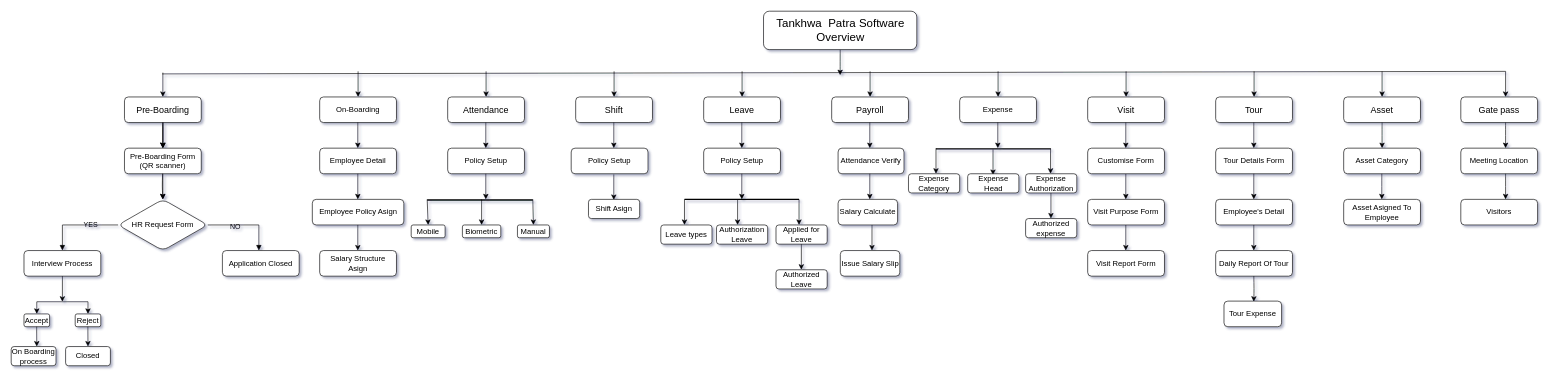
pra17shant/Installation keeps this draw.io diagram as Untitled Diagram.drawio. Above is the earlier version. Source tidied: cells renumbered, new cells numbered last; positions are measured from the earlier drawing's top-left corner, leaving out a move shared by most shapes. Both pictures are drawn from the tidied source at 64%, with x=0, y=0 at pixel (11, 11).
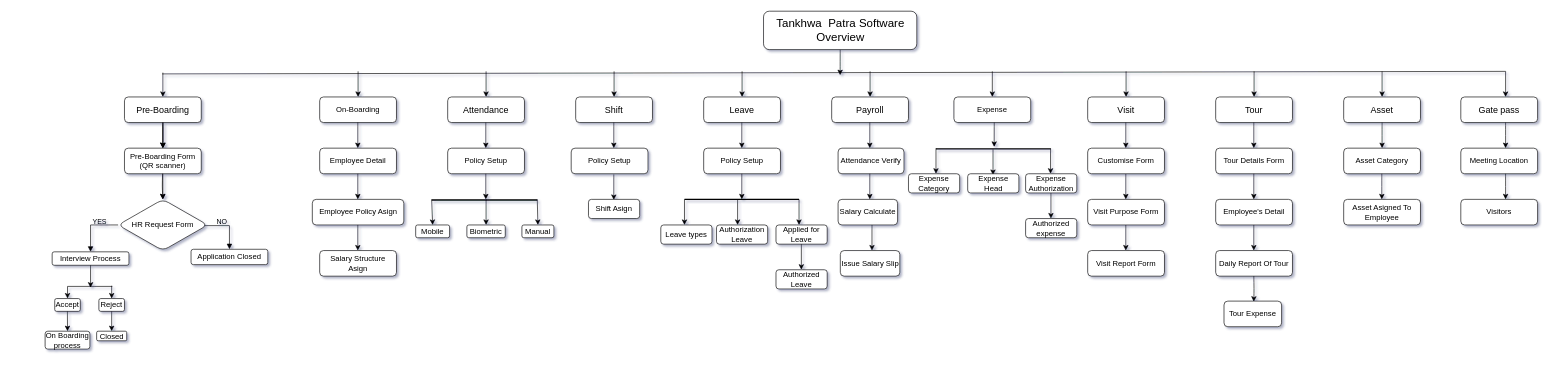
Above is the later version.

The change refers to these unchanged cells:
```xml
<mxCell id="13" value="&lt;font style=&quot;font-size: 14px;&quot;&gt;Pre-Boarding&lt;/font&gt;" style="rounded=1;whiteSpace=wrap;html=1;labelBackgroundColor=none;" parent="1" vertex="1">
  <mxGeometry x="177" y="134" width="120" height="40" as="geometry" />
</mxCell>
<mxCell id="101" style="line;strokeWidth=2;html=1;rounded=1;labelBackgroundColor=none;" parent="1" vertex="1">
  <mxGeometry x="1445" y="210" width="179" height="10" as="geometry" />
</mxCell>
```

What changed in the source:
```diff
@@
-    <mxCell id="10" style="endArrow=classic;html=1;rounded=1;labelBackgroundColor=none;fontColor=default;" parent="1" edge="1">
+    <mxCell id="10" style="endArrow=classic;html=1;rounded=1;labelBackgroundColor=none;fontColor=default;" parent="1" edge="1" target="17">
       <mxGeometry relative="1" as="geometry">
-        <mxPoint x="1542" y="94" as="sourcePoint" />
-        <mxPoint x="1542" y="134" as="targetPoint" />
+        <mxPoint x="1533" y="94" as="sourcePoint" />
       </mxGeometry>
     </mxCell>
@@
     <mxCell id="17" value="Expense" style="rounded=1;whiteSpace=wrap;html=1;labelBackgroundColor=none;" parent="1" vertex="1">
-      <mxGeometry x="1482" y="134" width="120" height="40" as="geometry" />
+      <mxGeometry x="1473" y="134" width="120" height="40" as="geometry" />
     </mxCell>
@@
-    <mxCell id="23" style="html=1;align=left;spacingLeft=2;endArrow=block;rounded=1;edgeStyle=orthogonalEdgeStyle;curved=0;rounded=0;labelBackgroundColor=none;fontColor=default;" parent="1" edge="1" source="36">
-      <mxGeometry x="-0.06" relative="1" as="geometry">
-        <mxPoint x="387" y="374" as="targetPoint" />
+    <mxCell id="23" style="html=1;align=left;spacingLeft=2;endArrow=block;rounded=1;edgeStyle=orthogonalEdgeStyle;curved=0;rounded=0;labelBackgroundColor=none;fontColor=default;entryX=0.5;entryY=0;entryDx=0;entryDy=0;exitX=0.96;exitY=0.513;exitDx=0;exitDy=0;exitPerimeter=0;" parent="1" edge="1" source="36" target="26">
+      <mxGeometry relative="1" as="geometry">
         <Array as="points">
-          <mxPoint x="387" y="334" />
+          <mxPoint x="341" y="335" />
         </Array>
       </mxGeometry>
     </mxCell>
     <mxCell id="24" value="NO&lt;br&gt;" style="edgeLabel;html=1;align=center;verticalAlign=middle;rounded=1;labelBackgroundColor=none;" parent="23" vertex="1">
-      <mxGeometry x="-0.3" y="-2" relative="1" as="geometry" />
+      <mxGeometry x="-0.3" y="-2" relative="1" as="geometry">
+        <mxPoint y="-9" as="offset" />
+      </mxGeometry>
     </mxCell>
     <mxCell id="25" value="Interview Process" style="rounded=1;whiteSpace=wrap;html=1;labelBackgroundColor=none;" parent="1" vertex="1">
-      <mxGeometry x="20" y="374" width="120" height="40" as="geometry" />
+      <mxGeometry x="64" y="376" width="120" height="21" as="geometry" />
     </mxCell>
     <mxCell id="26" value="Application Closed" style="rounded=1;whiteSpace=wrap;html=1;labelBackgroundColor=none;" parent="1" vertex="1">
-      <mxGeometry x="330" y="374" width="120" height="40" as="geometry" />
+      <mxGeometry x="281" y="372" width="120" height="24" as="geometry" />
     </mxCell>
     <mxCell id="27" style="endArrow=none;html=1;rounded=1;labelBackgroundColor=none;fontColor=default;" parent="1" edge="1">
       <mxGeometry relative="1" as="geometry">
-        <mxPoint x="40" y="454" as="sourcePoint" />
-        <mxPoint x="120" y="454" as="targetPoint" />
+        <mxPoint x="88" y="430" as="sourcePoint" />
+        <mxPoint x="158" y="430" as="targetPoint" />
       </mxGeometry>
     </mxCell>
     <mxCell id="28" style="endArrow=classic;html=1;rounded=1;entryX=0.5;entryY=0;entryDx=0;entryDy=0;labelBackgroundColor=none;fontColor=default;" parent="1" edge="1" target="29">
       <mxGeometry relative="1" as="geometry">
-        <mxPoint x="40" y="454" as="sourcePoint" />
+        <mxPoint x="88" y="430" as="sourcePoint" />
       </mxGeometry>
     </mxCell>
     <mxCell id="29" value="Accept" style="rounded=1;whiteSpace=wrap;html=1;labelBackgroundColor=none;" parent="1" vertex="1">
-      <mxGeometry x="20" y="473" width="40" height="20" as="geometry" />
+      <mxGeometry x="68" y="449" width="40" height="20" as="geometry" />
     </mxCell>
-    <mxCell id="30" style="endArrow=classic;html=1;rounded=1;exitX=0.5;exitY=1;exitDx=0;exitDy=0;labelBackgroundColor=none;fontColor=default;" parent="1" edge="1">
+    <mxCell id="30" style="endArrow=classic;html=1;rounded=1;exitX=0.5;exitY=1;exitDx=0;exitDy=0;labelBackgroundColor=none;fontColor=default;entryX=0.5;entryY=0;entryDx=0;entryDy=0;" parent="1" edge="1" target="31">
       <mxGeometry relative="1" as="geometry">
-        <mxPoint x="39.8" y="493" as="sourcePoint" />
-        <mxPoint x="40" y="524" as="targetPoint" />
+        <mxPoint x="87.8" y="469" as="sourcePoint" />
       </mxGeometry>
     </mxCell>
     <mxCell id="31" value="On Boarding process" style="rounded=1;whiteSpace=wrap;html=1;labelBackgroundColor=none;" parent="1" vertex="1">
-      <mxGeometry y="524" width="70" height="30" as="geometry" />
+      <mxGeometry x="53" y="500" width="70" height="28" as="geometry" />
     </mxCell>
-    <mxCell id="32" style="group;rounded=1;labelBackgroundColor=none;" parent="1" vertex="1">
-      <mxGeometry x="80" y="214" width="227" height="340" as="geometry" />
-    </mxCell>
-    <mxCell id="33" value="Pre-Boarding Form&lt;br&gt;(QR scanner)" style="rounded=1;whiteSpace=wrap;html=1;labelBackgroundColor=none;" parent="32" vertex="1">
-      <mxGeometry x="97" width="120" height="40" as="geometry" />
-    </mxCell>
-    <mxCell id="34" style="endArrow=classic;html=1;rounded=1;labelBackgroundColor=none;fontColor=default;" parent="32" edge="1" source="13" target="33">
-      <mxGeometry relative="1" as="geometry" />
-    </mxCell>
-    <mxCell id="35" style="endArrow=classic;html=1;rounded=1;entryX=0.5;entryY=0;entryDx=0;entryDy=0;labelBackgroundColor=none;fontColor=default;" parent="32" edge="1" target="36">
-      <mxGeometry relative="1" as="geometry">
-        <mxPoint x="156.5" y="40" as="sourcePoint" />
-        <Array as="points">
-          <mxPoint x="156" y="60" />
-        </Array>
-      </mxGeometry>
-    </mxCell>
-    <mxCell id="36" value="HR Request Form" style="rhombus;whiteSpace=wrap;html=1;rounded=1;labelBackgroundColor=none;" parent="32" vertex="1">
-      <mxGeometry x="87" y="80" width="140" height="80" as="geometry" />
-    </mxCell>
-    <mxCell id="37" style="edgeStyle=orthogonalEdgeStyle;rounded=1;jettySize=auto;html=1;labelBackgroundColor=none;fontColor=default;" parent="32" edge="1" source="33" target="36">
-      <mxGeometry relative="1" as="geometry" />
-    </mxCell>
-    <mxCell id="38" style="html=1;align=left;spacingLeft=2;endArrow=block;rounded=1;edgeStyle=orthogonalEdgeStyle;curved=0;rounded=0;labelBackgroundColor=none;fontColor=default;" parent="32" edge="1" source="36">
-      <mxGeometry x="-0.06" relative="1" as="geometry">
-        <mxPoint y="160" as="targetPoint" />
-        <Array as="points">
-          <mxPoint y="120" />
-        </Array>
-      </mxGeometry>
-    </mxCell>
-    <mxCell id="39" value="YES" style="edgeLabel;html=1;align=center;verticalAlign=middle;rounded=1;labelBackgroundColor=none;" parent="38" vertex="1">
-      <mxGeometry x="-0.3" y="-2" relative="1" as="geometry" />
-    </mxCell>
-    <mxCell id="40" style="endArrow=classic;html=1;rounded=1;exitX=0.5;exitY=1;exitDx=0;exitDy=0;labelBackgroundColor=none;fontColor=default;" parent="32" edge="1" source="25">
-      <mxGeometry relative="1" as="geometry">
-        <mxPoint y="240" as="targetPoint" />
-      </mxGeometry>
-    </mxCell>
-    <mxCell id="41" value="Reject" style="rounded=1;whiteSpace=wrap;html=1;labelBackgroundColor=none;" parent="32" vertex="1">
-      <mxGeometry x="20" y="259" width="40" height="20" as="geometry" />
-    </mxCell>
-    <mxCell id="42" style="endArrow=classic;html=1;rounded=1;entryX=0.5;entryY=0;entryDx=0;entryDy=0;labelBackgroundColor=none;fontColor=default;" parent="32" edge="1" target="41">
-      <mxGeometry relative="1" as="geometry">
-        <mxPoint x="40" y="240" as="sourcePoint" />
-      </mxGeometry>
-    </mxCell>
-    <mxCell id="43" style="endArrow=classic;html=1;rounded=1;exitX=0.5;exitY=1;exitDx=0;exitDy=0;labelBackgroundColor=none;fontColor=default;" parent="32" edge="1">
-      <mxGeometry relative="1" as="geometry">
-        <mxPoint x="39.8" y="279" as="sourcePoint" />
-        <mxPoint x="40" y="310" as="targetPoint" />
-      </mxGeometry>
-    </mxCell>
-    <mxCell id="44" value="Closed&lt;br&gt;" style="rounded=1;whiteSpace=wrap;html=1;labelBackgroundColor=none;" parent="32" vertex="1">
-      <mxGeometry x="5" y="310" width="70" height="30" as="geometry" />
-    </mxCell>
@@
     <mxCell id="56" style="line;strokeWidth=2;html=1;rounded=1;labelBackgroundColor=none;" parent="1" vertex="1">
-      <mxGeometry x="650" y="290" width="165" height="10" as="geometry" />
+      <mxGeometry x="657" y="290" width="165" height="10" as="geometry" />
     </mxCell>
-    <mxCell id="57" style="endArrow=classic;html=1;rounded=1;entryX=0.5;entryY=0;entryDx=0;entryDy=0;labelBackgroundColor=none;fontColor=default;" parent="1" edge="1" target="58">
+    <mxCell id="57" style="endArrow=classic;html=1;rounded=1;entryX=0.5;entryY=0;entryDx=0;entryDy=0;labelBackgroundColor=none;fontColor=default;" parent="1" edge="1">
       <mxGeometry relative="1" as="geometry">
-        <mxPoint x="650" y="294" as="sourcePoint" />
+        <mxPoint x="657" y="294" as="sourcePoint" />
+        <mxPoint x="658.5" y="334" as="targetPoint" />
       </mxGeometry>
     </mxCell>
     <mxCell id="58" value="Mobile" style="rounded=1;whiteSpace=wrap;html=1;labelBackgroundColor=none;" parent="1" vertex="1">
-      <mxGeometry x="625" y="334" width="53" height="20" as="geometry" />
+      <mxGeometry x="632" y="334" width="53" height="20" as="geometry" />
     </mxCell>
     <mxCell id="59" style="endArrow=classic;html=1;rounded=1;entryX=0.5;entryY=0;entryDx=0;entryDy=0;labelBackgroundColor=none;fontColor=default;" parent="1" edge="1" target="62">
       <mxGeometry relative="1" as="geometry">
-        <mxPoint x="815" y="294" as="sourcePoint" />
+        <mxPoint x="822" y="294" as="sourcePoint" />
       </mxGeometry>
     </mxCell>
     <mxCell id="60" style="endArrow=classic;html=1;rounded=1;entryX=0.5;entryY=0;entryDx=0;entryDy=0;labelBackgroundColor=none;fontColor=default;" parent="1" edge="1" target="61">
       <mxGeometry relative="1" as="geometry">
-        <mxPoint x="735" y="294" as="sourcePoint" />
+        <mxPoint x="742" y="294" as="sourcePoint" />
       </mxGeometry>
     </mxCell>
     <mxCell id="61" value="Biometric" style="rounded=1;whiteSpace=wrap;html=1;labelBackgroundColor=none;" parent="1" vertex="1">
-      <mxGeometry x="705" y="334" width="60" height="20" as="geometry" />
+      <mxGeometry x="712" y="334" width="60" height="20" as="geometry" />
     </mxCell>
     <mxCell id="62" value="Manual" style="rounded=1;whiteSpace=wrap;html=1;labelBackgroundColor=none;" parent="1" vertex="1">
-      <mxGeometry x="791" y="334" width="50" height="20" as="geometry" />
+      <mxGeometry x="798" y="334" width="50" height="20" as="geometry" />
     </mxCell>
@@
-    <mxCell id="100" style="endArrow=classic;html=1;rounded=1;labelBackgroundColor=none;fontColor=default;" parent="1" edge="1">
-      <mxGeometry relative="1" as="geometry">
-        <mxPoint x="1541.6" y="174" as="sourcePoint" />
-        <mxPoint x="1541.6" y="214" as="targetPoint" />
-      </mxGeometry>
+    <mxCell id="100" style="endArrow=classic;html=1;rounded=1;labelBackgroundColor=none;fontColor=default;entryX=0.508;entryY=0.2;entryDx=0;entryDy=0;entryPerimeter=0;exitX=0.525;exitY=1;exitDx=0;exitDy=0;exitPerimeter=0;" parent="1" edge="1" source="17" target="101">
+      <mxGeometry relative="1" as="geometry" />
     </mxCell>
@@
+    <mxCell id="38" style="html=1;align=left;spacingLeft=2;endArrow=block;rounded=1;edgeStyle=orthogonalEdgeStyle;curved=0;rounded=0;labelBackgroundColor=none;fontColor=default;entryX=0.5;entryY=0;entryDx=0;entryDy=0;exitX=0;exitY=0.5;exitDx=0;exitDy=0;" parent="1" edge="1" source="36" target="25">
+      <mxGeometry relative="1" as="geometry" />
+    </mxCell>
+    <mxCell id="39" value="YES" style="edgeLabel;html=1;align=center;verticalAlign=middle;rounded=1;labelBackgroundColor=none;" parent="38" vertex="1">
+      <mxGeometry x="-0.3" y="-2" relative="1" as="geometry">
+        <mxPoint y="-4" as="offset" />
+      </mxGeometry>
+    </mxCell>
+    <mxCell id="33" value="Pre-Boarding Form&lt;br&gt;(QR scanner)" style="rounded=1;whiteSpace=wrap;html=1;labelBackgroundColor=none;" parent="1" vertex="1">
+      <mxGeometry x="177" y="214" width="120" height="40" as="geometry" />
+    </mxCell>
+    <mxCell id="34" style="endArrow=classic;html=1;rounded=1;labelBackgroundColor=none;fontColor=default;" parent="1" edge="1" source="13" target="33">
+      <mxGeometry relative="1" as="geometry" />
+    </mxCell>
+    <mxCell id="35" style="endArrow=classic;html=1;rounded=1;entryX=0.5;entryY=0;entryDx=0;entryDy=0;labelBackgroundColor=none;fontColor=default;" parent="1" edge="1" target="36">
+      <mxGeometry relative="1" as="geometry">
+        <mxPoint x="236.5" y="254" as="sourcePoint" />
+        <Array as="points">
+          <mxPoint x="236" y="274" />
+        </Array>
+      </mxGeometry>
+    </mxCell>
+    <mxCell id="36" value="HR Request Form" style="rhombus;whiteSpace=wrap;html=1;rounded=1;labelBackgroundColor=none;" parent="1" vertex="1">
+      <mxGeometry x="167" y="294" width="140" height="80" as="geometry" />
+    </mxCell>
+    <mxCell id="37" style="edgeStyle=orthogonalEdgeStyle;rounded=1;jettySize=auto;html=1;labelBackgroundColor=none;fontColor=default;" parent="1" edge="1" source="33" target="36">
+      <mxGeometry relative="1" as="geometry" />
+    </mxCell>
+    <mxCell id="40" style="endArrow=classic;html=1;rounded=1;exitX=0.5;exitY=1;exitDx=0;exitDy=0;labelBackgroundColor=none;fontColor=default;" parent="1" edge="1" source="25">
+      <mxGeometry relative="1" as="geometry">
+        <mxPoint x="124" y="432" as="targetPoint" />
+      </mxGeometry>
+    </mxCell>
+    <mxCell id="41" value="Reject" style="rounded=1;whiteSpace=wrap;html=1;labelBackgroundColor=none;" parent="1" vertex="1">
+      <mxGeometry x="137" y="449" width="40" height="20" as="geometry" />
+    </mxCell>
+    <mxCell id="42" style="endArrow=classic;html=1;rounded=1;entryX=0.5;entryY=0;entryDx=0;entryDy=0;labelBackgroundColor=none;fontColor=default;" parent="1" edge="1" target="41">
+      <mxGeometry relative="1" as="geometry">
+        <mxPoint x="157" y="429" as="sourcePoint" />
+      </mxGeometry>
+    </mxCell>
+    <mxCell id="43" style="endArrow=classic;html=1;rounded=1;labelBackgroundColor=none;fontColor=default;entryX=0.5;entryY=0;entryDx=0;entryDy=0;" parent="1" edge="1" source="41" target="44">
+      <mxGeometry relative="1" as="geometry" />
+    </mxCell>
+    <mxCell id="44" value="Closed&lt;br&gt;" style="rounded=1;whiteSpace=wrap;html=1;labelBackgroundColor=none;" parent="1" vertex="1">
+      <mxGeometry x="133.5" y="500" width="47" height="15" as="geometry" />
+    </mxCell>
```
